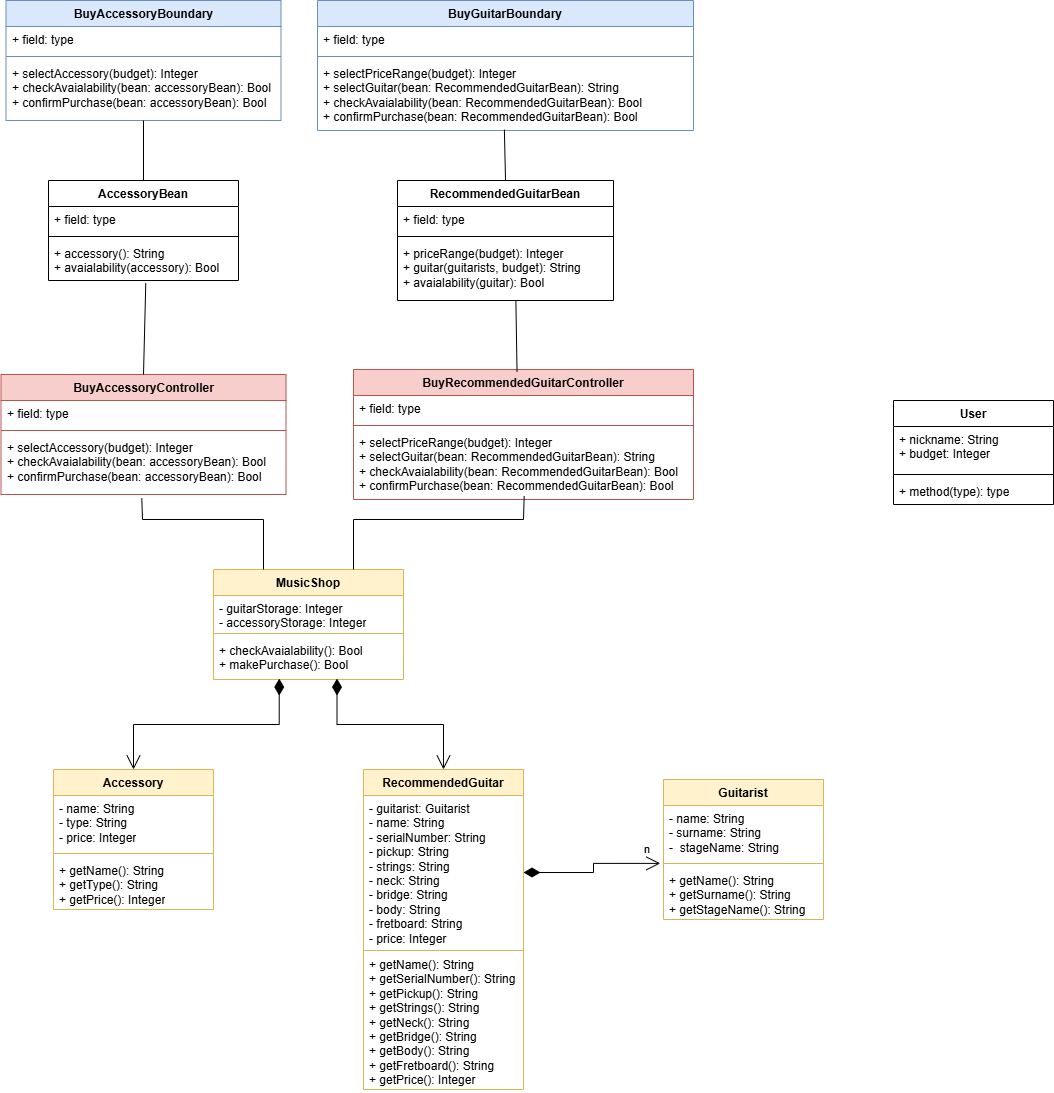
Above: diagrams/BCEM.drawio.png in TizianoLilli/ISPW-Project (draw.io), before the change. Source tidied: cells renumbered, new cells last; positions are measured from the earlier drawing's top-left corner, leaving out a move shared by most shapes.
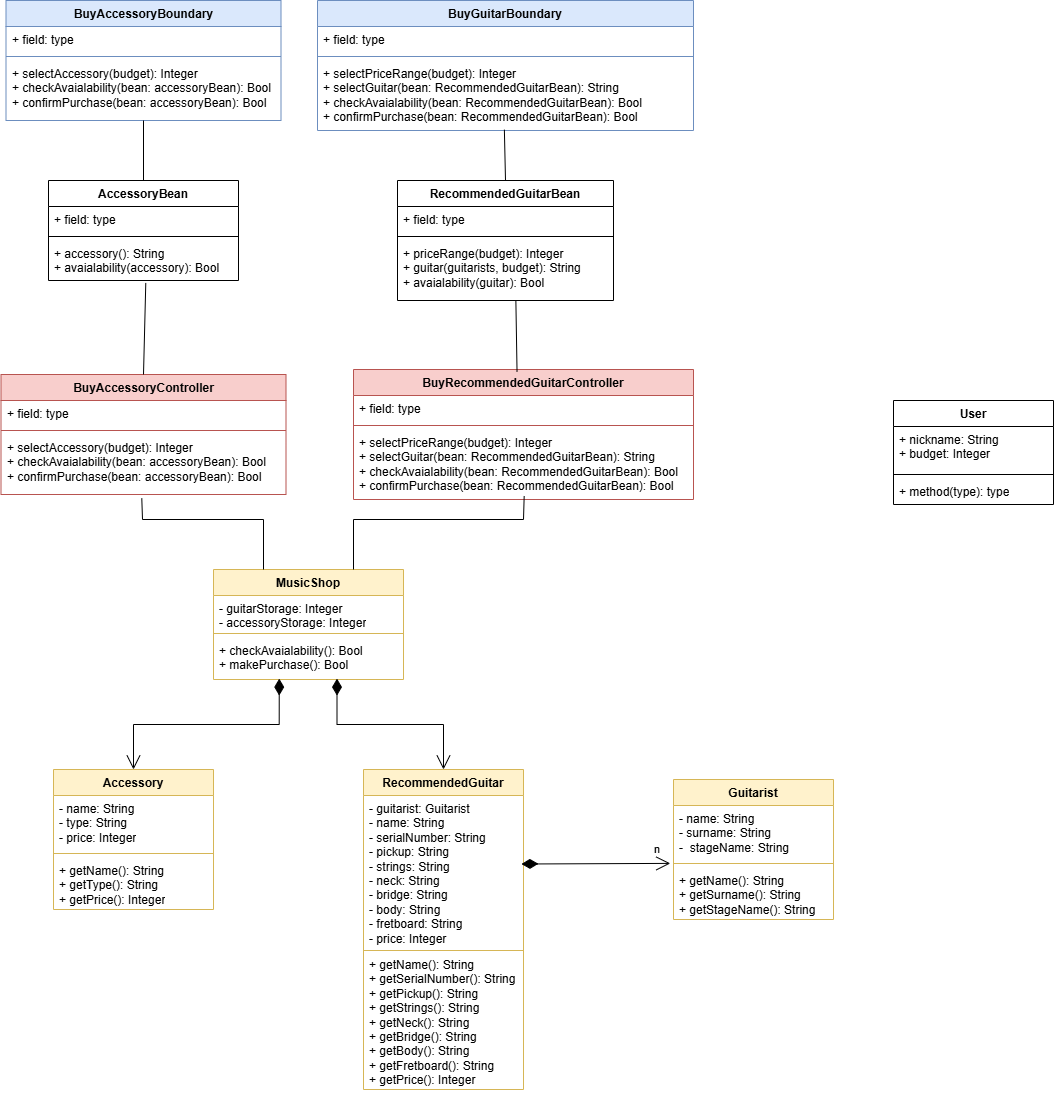
Above is the later version.

Change to the diagram source:
```diff
@@ -3,7 +3,7 @@
     <mxCell id="0" />
     <mxCell id="1" parent="0" />
     <mxCell id="2" value="Guitarist" style="swimlane;fontStyle=1;align=center;verticalAlign=top;horizontal=1;startSize=26;whiteSpace=wrap;html=1;fillColor=#fff2cc;strokeColor=#d6b656;" parent="1" vertex="1">
-      <mxGeometry x="662" y="779" width="160" height="140" as="geometry" />
+      <mxGeometry x="672" y="779" width="160" height="140" as="geometry" />
     </mxCell>
     <mxCell id="3" value="- name: String&lt;div&gt;- surname: String&lt;/div&gt;&lt;div&gt;-&amp;nbsp; stageName: String&lt;/div&gt;" style="text;strokeColor=none;fillColor=none;align=left;verticalAlign=top;spacingLeft=4;spacingRight=4;overflow=hidden;whiteSpace=wrap;html=1;" parent="2" vertex="1">
       <mxGeometry y="26" width="160" height="54" as="geometry" />
@@ -146,8 +146,12 @@
         <mxPoint x="-5" y="-15" as="offset" />
       </mxGeometry>
     </mxCell>
-    <mxCell id="44" value="n" style="endArrow=open;html=1;endSize=12;startArrow=diamondThin;startSize=14;startFill=1;edgeStyle=orthogonalEdgeStyle;align=left;verticalAlign=bottom;rounded=0;entryX=-0.02;entryY=-0.079;entryDx=0;entryDy=0;exitX=1;exitY=0.5;exitDx=0;exitDy=0;entryPerimeter=0;" parent="1" edge="1" source="7" target="5">
-      <mxGeometry x="0.76" y="5" relative="1" as="geometry" />
+    <mxCell id="44" value="n" style="endArrow=open;html=1;endSize=12;startArrow=diamondThin;startSize=14;startFill=1;edgeStyle=orthogonalEdgeStyle;align=left;verticalAlign=bottom;rounded=0;entryX=-0.02;entryY=-0.079;entryDx=0;entryDy=0;exitX=0.987;exitY=0.445;exitDx=0;exitDy=0;entryPerimeter=0;exitPerimeter=0;" parent="1" edge="1" source="7" target="5">
+      <mxGeometry x="0.76" y="5" relative="1" as="geometry">
+        <Array as="points">
+          <mxPoint x="522" y="864" />
+        </Array>
+      </mxGeometry>
     </mxCell>
     <mxCell id="45" value="AccessoryBean" style="swimlane;fontStyle=1;align=center;verticalAlign=top;horizontal=1;startSize=26;whiteSpace=wrap;html=1;" parent="1" vertex="1">
       <mxGeometry x="47" y="180" width="190" height="100" as="geometry" />
```
